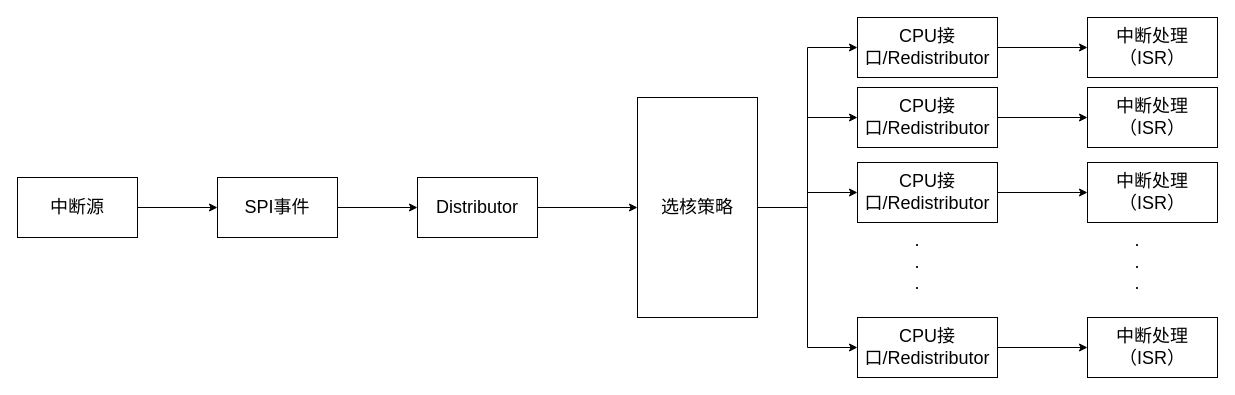
Above: store_picture/1-of-N.drawio in LQ0623/draw_io_picture (draw.io), before the change. Source tidied: cells renumbered, new cells numbered last; positions are measured from the earlier drawing's top-left corner, leaving out a move shared by most shapes. Both pictures are drawn from the tidied source at 100%, with x=0, y=0 at pixel (17, 17).
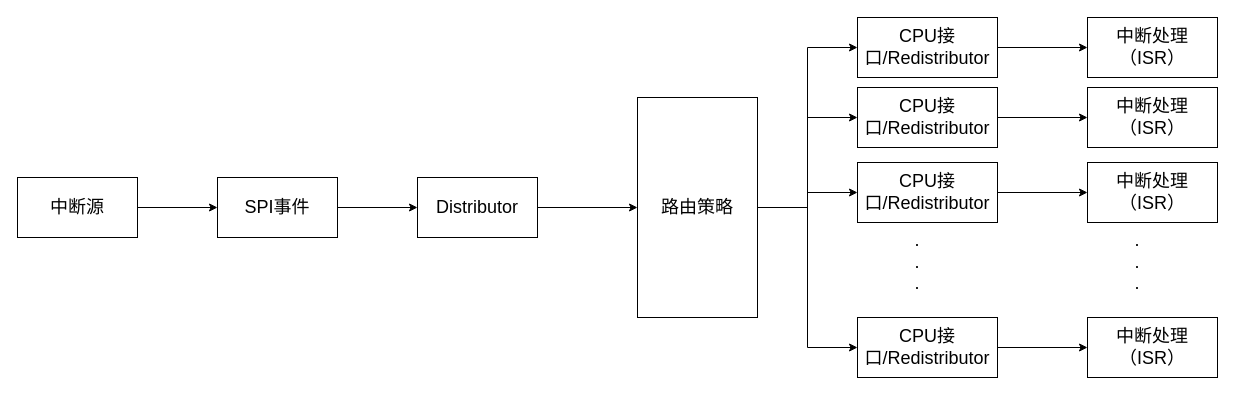
The same diagram, later.

Change to the diagram source:
```diff
@@
-    <mxCell id="13" value="选核策略" style="text;html=1;whiteSpace=wrap;strokeColor=none;fillColor=none;align=center;verticalAlign=middle;rounded=0;fontSize=18;" parent="1" vertex="1">
+    <mxCell id="13" value="路由策略" style="text;html=1;whiteSpace=wrap;strokeColor=none;fillColor=none;align=center;verticalAlign=middle;rounded=0;fontSize=18;" parent="1" vertex="1">
       <mxGeometry x="640" y="175" width="80" height="30" as="geometry" />
     </mxCell>
```
